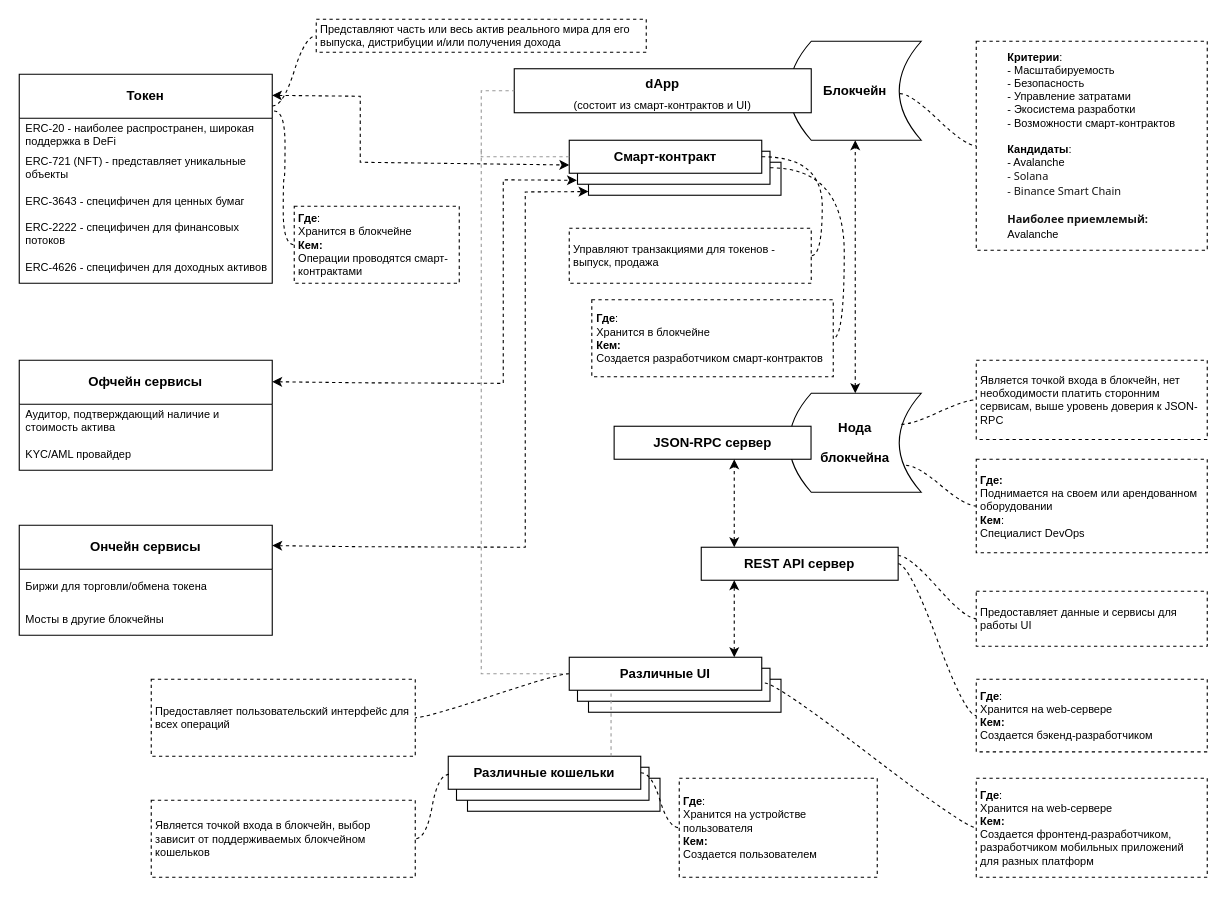
Earlier version of the draw.io diagram RETM_MVP_extended.drawio (rpurei/RETM-Schemes). Source tidied: cells renumbered, new cells numbered last; positions are measured from the earlier drawing's top-left corner, leaving out a move shared by most shapes. Both pictures are drawn from the tidied source at 110%, with x=0, y=0 at pixel (19, 19).
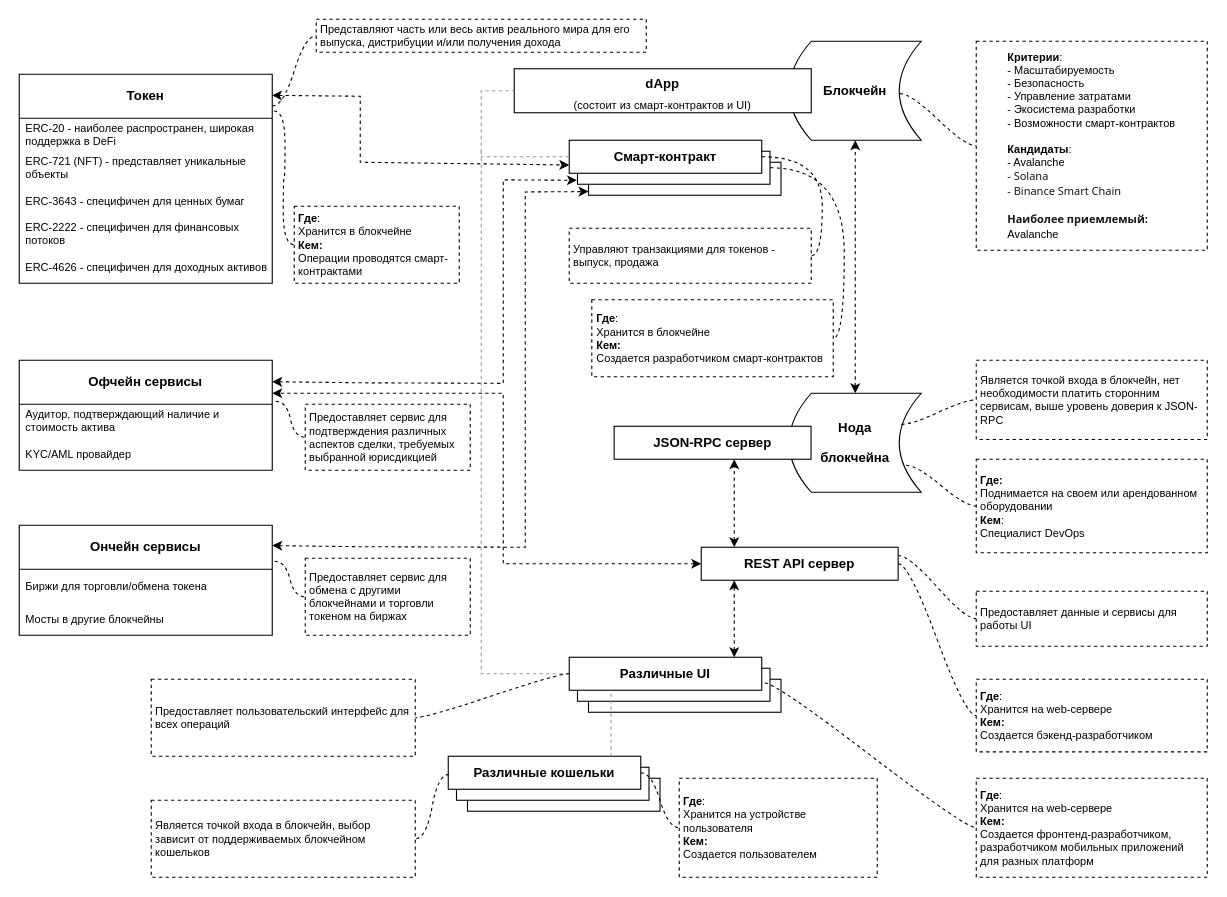
Above is the later version.

Unchanged cells that the change refers to:
```xml
<mxCell id="40" value="&lt;p align=&quot;center&quot; class=&quot;MsoNormal&quot;&gt;&lt;b&gt;REST API сервер&lt;/b&gt;&lt;/p&gt;" style="rounded=0;whiteSpace=wrap;html=1;" parent="1" vertex="1">
  <mxGeometry x="620" y="480" width="179" height="30" as="geometry" />
</mxCell>
<mxCell id="59" value="Аудитор, подтверждающий наличие и стоимость актива" style="text;strokeColor=none;fillColor=none;align=left;verticalAlign=middle;spacingLeft=4;spacingRight=4;overflow=hidden;points=[[0,0.5],[1,0.5]];portConstraint=eastwest;whiteSpace=wrap;html=1;fontColor=#000000;fontSize=10;" parent="58" vertex="1">
  <mxGeometry y="40" width="230" height="30" as="geometry" />
</mxCell>
<mxCell id="62" value="Биржи для торговли/обмена токена" style="text;strokeColor=none;fillColor=none;align=left;verticalAlign=middle;spacingLeft=4;spacingRight=4;overflow=hidden;points=[[0,0.5],[1,0.5]];portConstraint=eastwest;whiteSpace=wrap;html=1;fontColor=#000000;fontSize=10;" parent="61" vertex="1">
  <mxGeometry y="40" width="230" height="30" as="geometry" />
</mxCell>
```

The edit, as a diff of the source:
```diff
@@
+    <mxCell id="66" style="endArrow=classic;startArrow=classic;html=1;rounded=0;entryX=0.998;entryY=-0.242;entryDx=0;entryDy=0;exitX=0;exitY=0.5;exitDx=0;exitDy=0;dashed=1;entryPerimeter=0;" parent="1" edge="1" source="40">
+      <mxGeometry relative="1" as="geometry">
+        <mxPoint x="230" y="340" as="targetPoint" />
+        <Array as="points">
+          <mxPoint x="440" y="495" />
+          <mxPoint x="440" y="340" />
+        </Array>
+      </mxGeometry>
+    </mxCell>
+    <mxCell id="67" value="&lt;div style=&quot;font-size: 10px;&quot;&gt;&lt;div style=&quot;border-color: var(--border-color);&quot;&gt;Предоставляет сервис для обмена с другими блокчейнами и торговли токеном на биржах&lt;/div&gt;&lt;/div&gt;" style="whiteSpace=wrap;html=1;rounded=0;arcSize=50;align=left;verticalAlign=middle;strokeWidth=1;spacing=4;newEdgeStyle={&quot;edgeStyle&quot;:&quot;entityRelationEdgeStyle&quot;,&quot;startArrow&quot;:&quot;none&quot;,&quot;endArrow&quot;:&quot;none&quot;,&quot;segment&quot;:10,&quot;curved&quot;:1,&quot;sourcePerimeterSpacing&quot;:0,&quot;targetPerimeterSpacing&quot;:0};dashed=1;" parent="1" vertex="1" collapsed="1">
+      <mxGeometry x="260" y="490" width="150" height="70" as="geometry" />
+    </mxCell>
+    <mxCell id="68" style="edgeStyle=entityRelationEdgeStyle;startArrow=none;endArrow=none;segment=10;curved=1;sourcePerimeterSpacing=0;targetPerimeterSpacing=0;rounded=0;dashed=1;exitX=1.009;exitY=-0.242;exitDx=0;exitDy=0;exitPerimeter=0;" parent="1" edge="1" source="62" target="67">
+      <mxGeometry relative="1" as="geometry">
+        <Array as="points">
+          <mxPoint x="400" y="510" />
+          <mxPoint x="520" y="550" />
+          <mxPoint x="510" y="535" />
+          <mxPoint x="420" y="510" />
+          <mxPoint x="410" y="510" />
+        </Array>
+      </mxGeometry>
+    </mxCell>
+    <mxCell id="69" value="&lt;div style=&quot;font-size: 10px;&quot;&gt;&lt;div style=&quot;border-color: var(--border-color);&quot;&gt;Предоставляет сервис для подтверждения различных аспектов сделки, требуемых выбранной юрисдикцией&lt;/div&gt;&lt;/div&gt;" style="whiteSpace=wrap;html=1;rounded=0;arcSize=50;align=left;verticalAlign=middle;strokeWidth=1;spacing=4;newEdgeStyle={&quot;edgeStyle&quot;:&quot;entityRelationEdgeStyle&quot;,&quot;startArrow&quot;:&quot;none&quot;,&quot;endArrow&quot;:&quot;none&quot;,&quot;segment&quot;:10,&quot;curved&quot;:1,&quot;sourcePerimeterSpacing&quot;:0,&quot;targetPerimeterSpacing&quot;:0};dashed=1;" parent="1" vertex="1" collapsed="1">
+      <mxGeometry x="260" y="350" width="150" height="60" as="geometry" />
+    </mxCell>
+    <mxCell id="70" style="edgeStyle=entityRelationEdgeStyle;startArrow=none;endArrow=none;segment=10;curved=1;sourcePerimeterSpacing=0;targetPerimeterSpacing=0;rounded=0;dashed=1;exitX=1.014;exitY=-0.087;exitDx=0;exitDy=0;exitPerimeter=0;" parent="1" edge="1" source="59" target="69">
+      <mxGeometry relative="1" as="geometry">
+        <Array as="points">
+          <mxPoint x="410" y="520" />
+          <mxPoint x="530" y="560" />
+          <mxPoint x="520" y="545" />
+          <mxPoint x="430" y="520" />
+          <mxPoint x="420" y="520" />
+        </Array>
+      </mxGeometry>
+    </mxCell>
```
